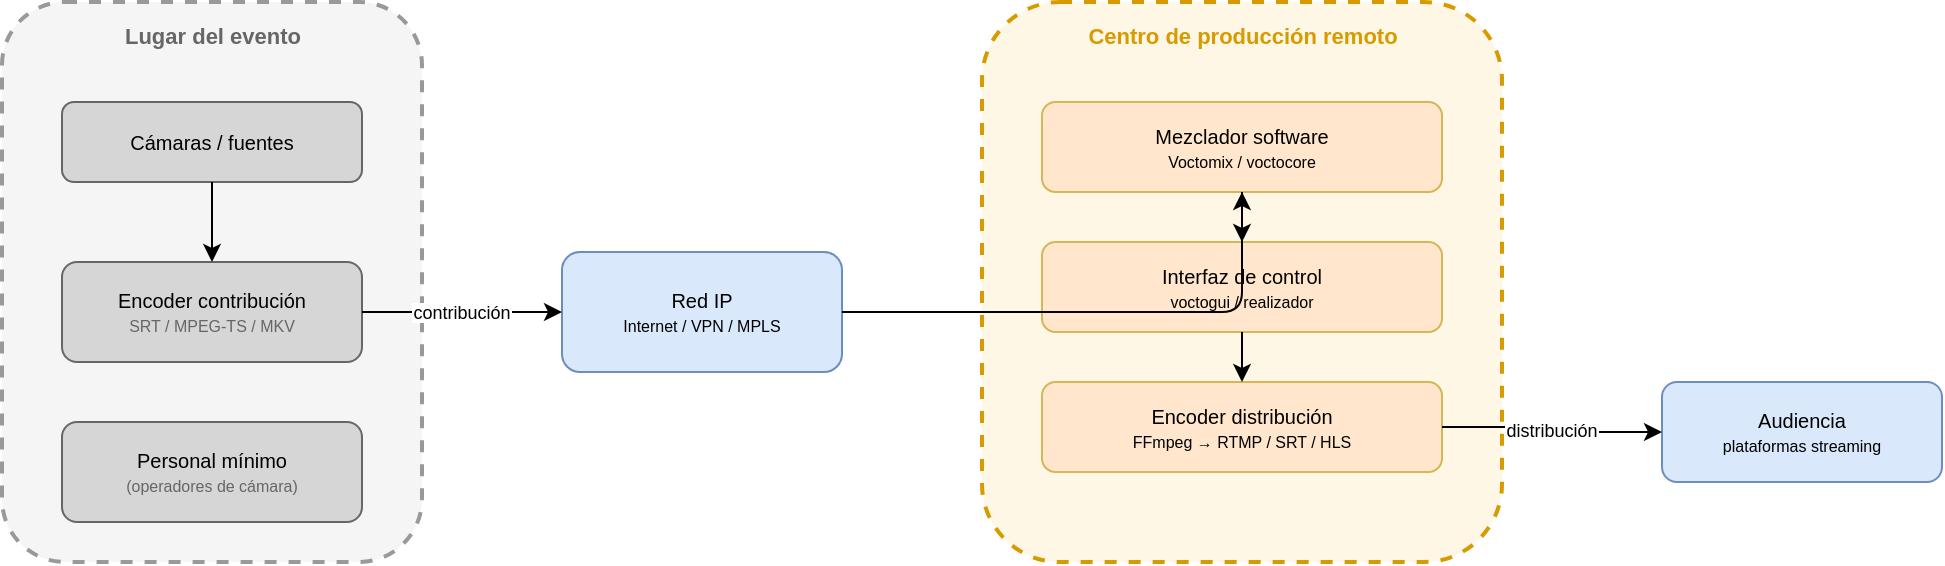
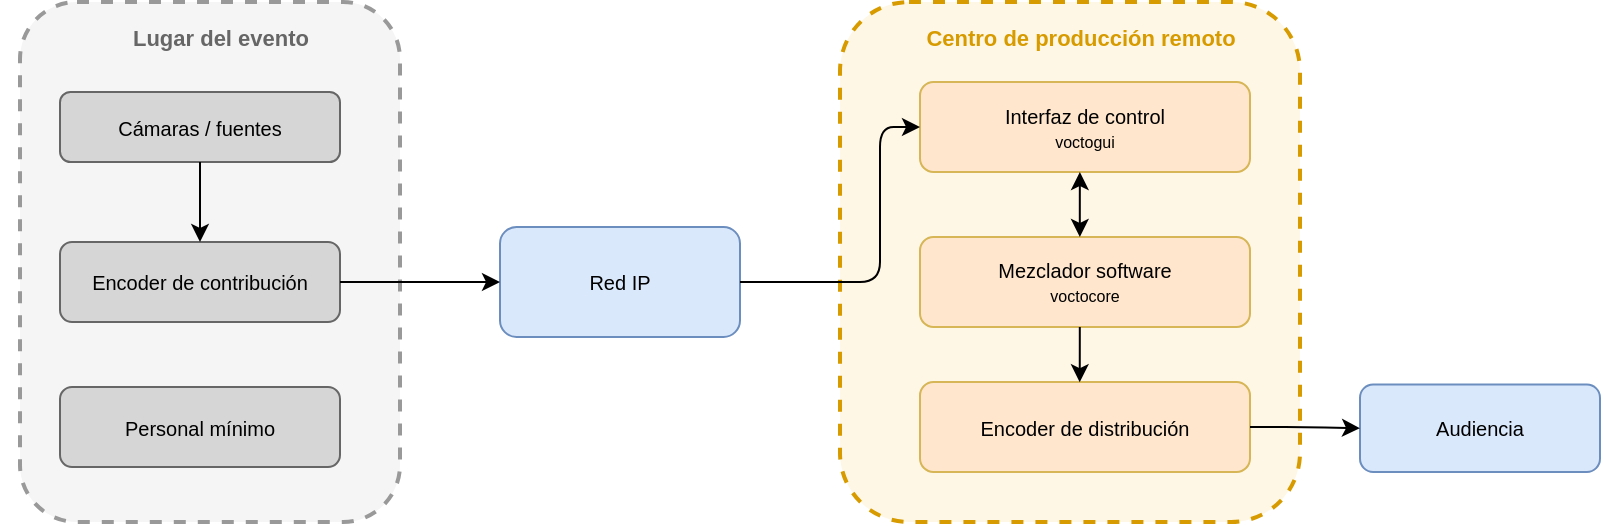
- <?xml version="1.0" encoding="UTF-8"?>
- <mxGraphModel dx="1422" dy="762" grid="1" gridSize="10" guides="1" tooltips="1" connect="1" arrows="1" fold="1" page="1" pageScale="1" pageWidth="1169" pageHeight="500" math="0" shadow="0">
-   <root>
-     <mxCell id="0" />
-     <mxCell id="1" parent="0" />
- 
-     <!-- Venue box -->
-     <mxCell id="2" value="" style="rounded=1;whiteSpace=wrap;html=1;dashed=1;strokeColor=#999999;fillColor=#f5f5f5;strokeWidth=2;" vertex="1" parent="1">
-       <mxGeometry x="10" y="10" width="210" height="280" as="geometry" />
-     </mxCell>
-     <mxCell id="3" value="Lugar del evento" style="text;html=1;strokeColor=none;fillColor=none;align=center;fontStyle=1;fontSize=11;fontColor=#666666;" vertex="1" parent="1">
-       <mxGeometry x="10" y="14" width="210" height="20" as="geometry" />
-     </mxCell>
-     <mxCell id="4" value="Cámaras / fuentes" style="rounded=1;whiteSpace=wrap;html=1;fillColor=#d6d6d6;strokeColor=#666666;fontSize=10;" vertex="1" parent="1">
-       <mxGeometry x="40" y="60" width="150" height="40" as="geometry" />
-     </mxCell>
-     <mxCell id="5" value="Encoder contribución&lt;br/&gt;&lt;font style=&quot;font-size:8px;color:#666&quot;&gt;SRT / MPEG-TS / MKV&lt;/font&gt;" style="rounded=1;whiteSpace=wrap;html=1;fillColor=#d6d6d6;strokeColor=#666666;fontSize=10;" vertex="1" parent="1">
-       <mxGeometry x="40" y="140" width="150" height="50" as="geometry" />
-     </mxCell>
-     <mxCell id="6" value="Personal mínimo&lt;br/&gt;&lt;font style=&quot;font-size:8px;color:#666&quot;&gt;(operadores de cámara)&lt;/font&gt;" style="rounded=1;whiteSpace=wrap;html=1;fillColor=#d6d6d6;strokeColor=#666666;fontSize=10;" vertex="1" parent="1">
-       <mxGeometry x="40" y="220" width="150" height="50" as="geometry" />
-     </mxCell>
- 
-     <!-- Network -->
-     <mxCell id="7" value="Red IP&lt;br/&gt;&lt;font style=&quot;font-size:8px&quot;&gt;Internet / VPN / MPLS&lt;/font&gt;" style="rounded=1;whiteSpace=wrap;html=1;fillColor=#dae8fc;strokeColor=#6c8ebf;fontSize=10;" vertex="1" parent="1">
-       <mxGeometry x="290" y="135" width="140" height="60" as="geometry" />
-     </mxCell>
- 
-     <!-- Production box -->
-     <mxCell id="8" value="" style="rounded=1;whiteSpace=wrap;html=1;dashed=1;strokeColor=#d79b00;fillColor=#fff7e6;strokeWidth=2;" vertex="1" parent="1">
-       <mxGeometry x="500" y="10" width="260" height="280" as="geometry" />
-     </mxCell>
-     <mxCell id="9" value="Centro de producción remoto" style="text;html=1;strokeColor=none;fillColor=none;align=center;fontStyle=1;fontSize=11;fontColor=#d79b00;" vertex="1" parent="1">
-       <mxGeometry x="500" y="14" width="260" height="20" as="geometry" />
-     </mxCell>
-     <mxCell id="10" value="Mezclador software&lt;br/&gt;&lt;font style=&quot;font-size:8px&quot;&gt;Voctomix / voctocore&lt;/font&gt;" style="rounded=1;whiteSpace=wrap;html=1;fillColor=#FFE6CC;strokeColor=#d6b656;fontSize=10;" vertex="1" parent="1">
-       <mxGeometry x="530" y="60" width="200" height="45" as="geometry" />
-     </mxCell>
-     <mxCell id="11" value="Interfaz de control&lt;br/&gt;&lt;font style=&quot;font-size:8px&quot;&gt;voctogui / realizador&lt;/font&gt;" style="rounded=1;whiteSpace=wrap;html=1;fillColor=#FFE6CC;strokeColor=#d6b656;fontSize=10;" vertex="1" parent="1">
-       <mxGeometry x="530" y="130" width="200" height="45" as="geometry" />
-     </mxCell>
-     <mxCell id="12" value="Encoder distribución&lt;br/&gt;&lt;font style=&quot;font-size:8px&quot;&gt;FFmpeg → RTMP / SRT / HLS&lt;/font&gt;" style="rounded=1;whiteSpace=wrap;html=1;fillColor=#FFE6CC;strokeColor=#d6b656;fontSize=10;" vertex="1" parent="1">
-       <mxGeometry x="530" y="200" width="200" height="45" as="geometry" />
-     </mxCell>
- 
-     <!-- Audience -->
-     <mxCell id="13" value="Audiencia&lt;br/&gt;&lt;font style=&quot;font-size:8px&quot;&gt;plataformas streaming&lt;/font&gt;" style="rounded=1;whiteSpace=wrap;html=1;fillColor=#dae8fc;strokeColor=#6c8ebf;fontSize=10;" vertex="1" parent="1">
-       <mxGeometry x="840" y="200" width="140" height="50" as="geometry" />
-     </mxCell>
- 
-     <!-- Arrows -->
-     <mxCell id="14" value="" style="edgeStyle=orthogonalEdgeStyle;" edge="1" source="4" target="5" parent="1">
-       <mxGeometry relative="1" as="geometry" />
-     </mxCell>
-     <mxCell id="15" value="contribución" style="edgeStyle=orthogonalEdgeStyle;fontSize=9;" edge="1" source="5" target="7" parent="1">
-       <mxGeometry relative="1" as="geometry" />
-     </mxCell>
-     <mxCell id="16" value="" style="edgeStyle=orthogonalEdgeStyle;" edge="1" source="7" target="10" parent="1">
-       <mxGeometry relative="1" as="geometry" />
-     </mxCell>
-     <mxCell id="17" value="" style="edgeStyle=orthogonalEdgeStyle;" edge="1" source="10" target="11" parent="1">
-       <mxGeometry relative="1" as="geometry" />
-     </mxCell>
-     <mxCell id="18" value="" style="edgeStyle=orthogonalEdgeStyle;" edge="1" source="11" target="12" parent="1">
-       <mxGeometry relative="1" as="geometry" />
-     </mxCell>
-     <mxCell id="19" value="distribución" style="edgeStyle=orthogonalEdgeStyle;fontSize=9;" edge="1" source="12" target="13" parent="1">
-       <mxGeometry relative="1" as="geometry" />
-     </mxCell>
-   </root>
- </mxGraphModel>
+ <mxfile host="65bd71144e">
+     <diagram id="qaE4JLW-TuYJTk9MFl_J" name="Page-1">
+         <mxGraphModel dx="349" dy="216" grid="1" gridSize="10" guides="1" tooltips="1" connect="1" arrows="1" fold="1" page="1" pageScale="1" pageWidth="1169" pageHeight="500" math="0" shadow="0">
+             <root>
+                 <mxCell id="0"/>
+                 <mxCell id="1" parent="0"/>
+                 <mxCell id="2" value="" style="rounded=1;whiteSpace=wrap;html=1;dashed=1;strokeColor=#999999;fillColor=#f5f5f5;strokeWidth=2;" parent="1" vertex="1">
+                     <mxGeometry x="20" y="20" width="190" height="260" as="geometry"/>
+                 </mxCell>
+                 <mxCell id="3" value="Lugar del evento" style="text;html=1;strokeColor=none;fillColor=none;align=center;fontStyle=1;fontSize=11;fontColor=#666666;" parent="1" vertex="1">
+                     <mxGeometry x="10" y="25" width="220" height="30" as="geometry"/>
+                 </mxCell>
+                 <mxCell id="4" value="Cámaras / fuentes" style="rounded=1;whiteSpace=wrap;html=1;fillColor=#d6d6d6;strokeColor=#666666;fontSize=10;" parent="1" vertex="1">
+                     <mxGeometry x="40" y="65" width="140" height="35" as="geometry"/>
+                 </mxCell>
+                 <mxCell id="5" value="Encoder de contribución" style="rounded=1;whiteSpace=wrap;html=1;fillColor=#d6d6d6;strokeColor=#666666;fontSize=10;" parent="1" vertex="1">
+                     <mxGeometry x="40" y="140" width="140" height="40" as="geometry"/>
+                 </mxCell>
+                 <mxCell id="6" value="Personal mínimo" style="rounded=1;whiteSpace=wrap;html=1;fillColor=#d6d6d6;strokeColor=#666666;fontSize=10;" parent="1" vertex="1">
+                     <mxGeometry x="40" y="212.5" width="140" height="40" as="geometry"/>
+                 </mxCell>
+                 <mxCell id="7" value="Red IP" style="rounded=1;whiteSpace=wrap;html=1;fillColor=#dae8fc;strokeColor=#6c8ebf;fontSize=10;" parent="1" vertex="1">
+                     <mxGeometry x="260" y="132.5" width="120" height="55" as="geometry"/>
+                 </mxCell>
+                 <mxCell id="8" value="" style="rounded=1;whiteSpace=wrap;html=1;dashed=1;strokeColor=#d79b00;fillColor=#fff7e6;strokeWidth=2;" parent="1" vertex="1">
+                     <mxGeometry x="430" y="20" width="230" height="260" as="geometry"/>
+                 </mxCell>
+                 <mxCell id="9" value="Centro de producción remoto" style="text;html=1;strokeColor=none;fillColor=none;align=center;fontStyle=1;fontSize=11;fontColor=#d79b00;" parent="1" vertex="1">
+                     <mxGeometry x="420" y="25" width="260" height="20" as="geometry"/>
+                 </mxCell>
+                 <mxCell id="10" value="Mezclador software&lt;br&gt;&lt;font style=&quot;font-size:8px&quot;&gt;voctocore&lt;/font&gt;" style="rounded=1;whiteSpace=wrap;html=1;fillColor=#FFE6CC;strokeColor=#d6b656;fontSize=10;" parent="1" vertex="1">
+                     <mxGeometry x="470" y="137.5" width="165" height="45" as="geometry"/>
+                 </mxCell>
+                 <mxCell id="11" value="Interfaz de control&lt;br&gt;&lt;font style=&quot;font-size:8px&quot;&gt;voctogui&lt;/font&gt;" style="rounded=1;whiteSpace=wrap;html=1;fillColor=#FFE6CC;strokeColor=#d6b656;fontSize=10;" parent="1" vertex="1">
+                     <mxGeometry x="470" y="60" width="165" height="45" as="geometry"/>
+                 </mxCell>
+                 <mxCell id="12" value="Encoder de distribución" style="rounded=1;whiteSpace=wrap;html=1;fillColor=#FFE6CC;strokeColor=#d6b656;fontSize=10;" parent="1" vertex="1">
+                     <mxGeometry x="470" y="210" width="165" height="45" as="geometry"/>
+                 </mxCell>
+                 <mxCell id="13" value="Audiencia" style="rounded=1;whiteSpace=wrap;html=1;fillColor=#dae8fc;strokeColor=#6c8ebf;fontSize=10;" parent="1" vertex="1">
+                     <mxGeometry x="690" y="211.25" width="120" height="43.75" as="geometry"/>
+                 </mxCell>
+                 <mxCell id="14" value="" style="edgeStyle=orthogonalEdgeStyle;" parent="1" source="4" target="5" edge="1">
+                     <mxGeometry relative="1" as="geometry"/>
+                 </mxCell>
+                 <mxCell id="15" value="" style="edgeStyle=orthogonalEdgeStyle;fontSize=9;" parent="1" source="5" target="7" edge="1">
+                     <mxGeometry x="0.2" y="15" relative="1" as="geometry">
+                         <mxPoint as="offset"/>
+                     </mxGeometry>
+                 </mxCell>
+                 <mxCell id="16" value="" style="edgeStyle=orthogonalEdgeStyle;exitX=1;exitY=0.5;exitDx=0;exitDy=0;entryX=0;entryY=0.5;entryDx=0;entryDy=0;" parent="1" source="7" target="11" edge="1">
+                     <mxGeometry relative="1" as="geometry">
+                         <Array as="points">
+                             <mxPoint x="450" y="160"/>
+                             <mxPoint x="450" y="83"/>
+                         </Array>
+                     </mxGeometry>
+                 </mxCell>
+                 <mxCell id="17" value="" style="edgeStyle=orthogonalEdgeStyle;startArrow=classic;startFill=1;" parent="1" edge="1">
+                     <mxGeometry relative="1" as="geometry">
+                         <mxPoint x="549.93" y="137.5" as="sourcePoint"/>
+                         <mxPoint x="549.93" y="105" as="targetPoint"/>
+                         <Array as="points">
+                             <mxPoint x="549.93" y="125"/>
+                             <mxPoint x="549.93" y="125"/>
+                         </Array>
+                     </mxGeometry>
+                 </mxCell>
+                 <mxCell id="19" value="" style="edgeStyle=orthogonalEdgeStyle;fontSize=9;entryX=0;entryY=0.5;entryDx=0;entryDy=0;" parent="1" source="12" target="13" edge="1">
+                     <mxGeometry x="0.2727" y="18" relative="1" as="geometry">
+                         <mxPoint x="705" y="227.5" as="targetPoint"/>
+                         <mxPoint y="1" as="offset"/>
+                     </mxGeometry>
+                 </mxCell>
+                 <mxCell id="27" value="" style="edgeStyle=orthogonalEdgeStyle;startArrow=classic;startFill=1;endArrow=none;endFill=0;exitX=0.484;exitY=0.002;exitDx=0;exitDy=0;exitPerimeter=0;" edge="1" parent="1" source="12">
+                     <mxGeometry relative="1" as="geometry">
+                         <mxPoint x="549.9" y="215" as="sourcePoint"/>
+                         <mxPoint x="549.9" y="182.5" as="targetPoint"/>
+                         <Array as="points"/>
+                     </mxGeometry>
+                 </mxCell>
+             </root>
+         </mxGraphModel>
+     </diagram>
+ </mxfile>